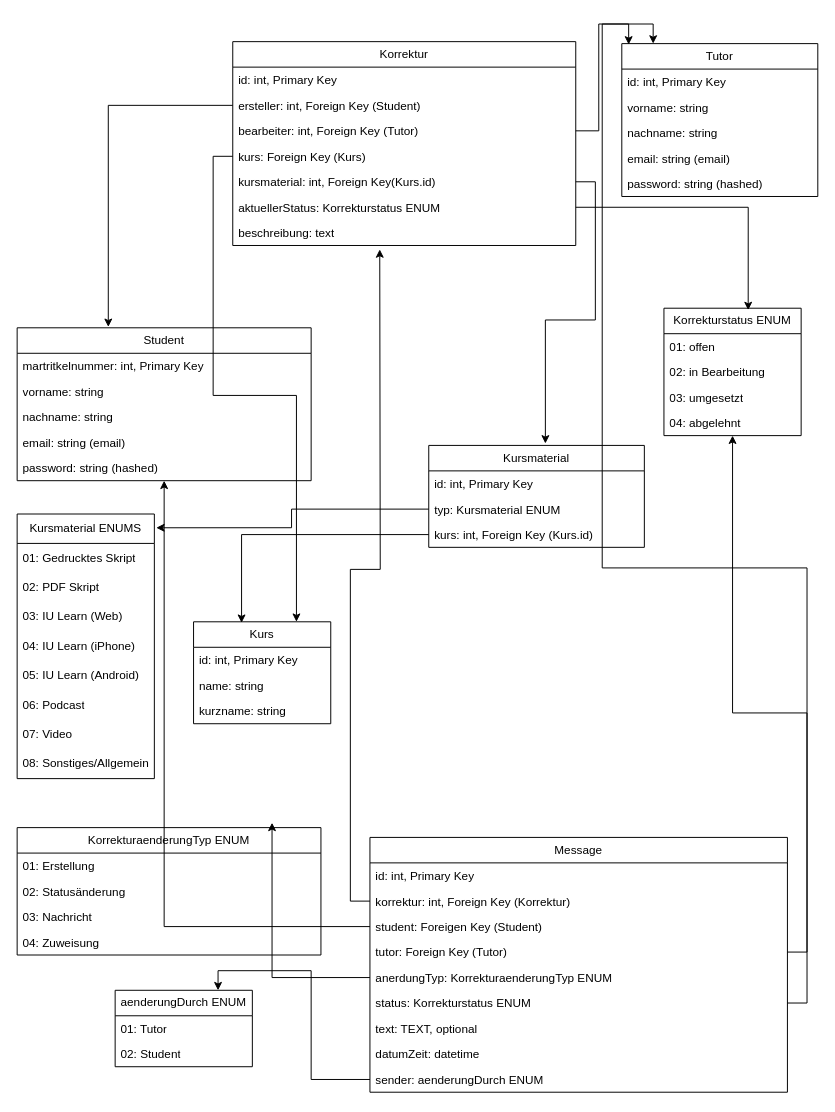
Before: Modell.drawio in markus-zschoch-iubh/projekt-software-engineering, a draw.io diagram. Source tidied: cells renumbered, new cells numbered last; positions are measured from the earlier drawing's top-left corner, leaving out a move shared by most shapes. Both pictures are drawn from the tidied source at 98%, with x=0, y=0 at pixel (17, 41).
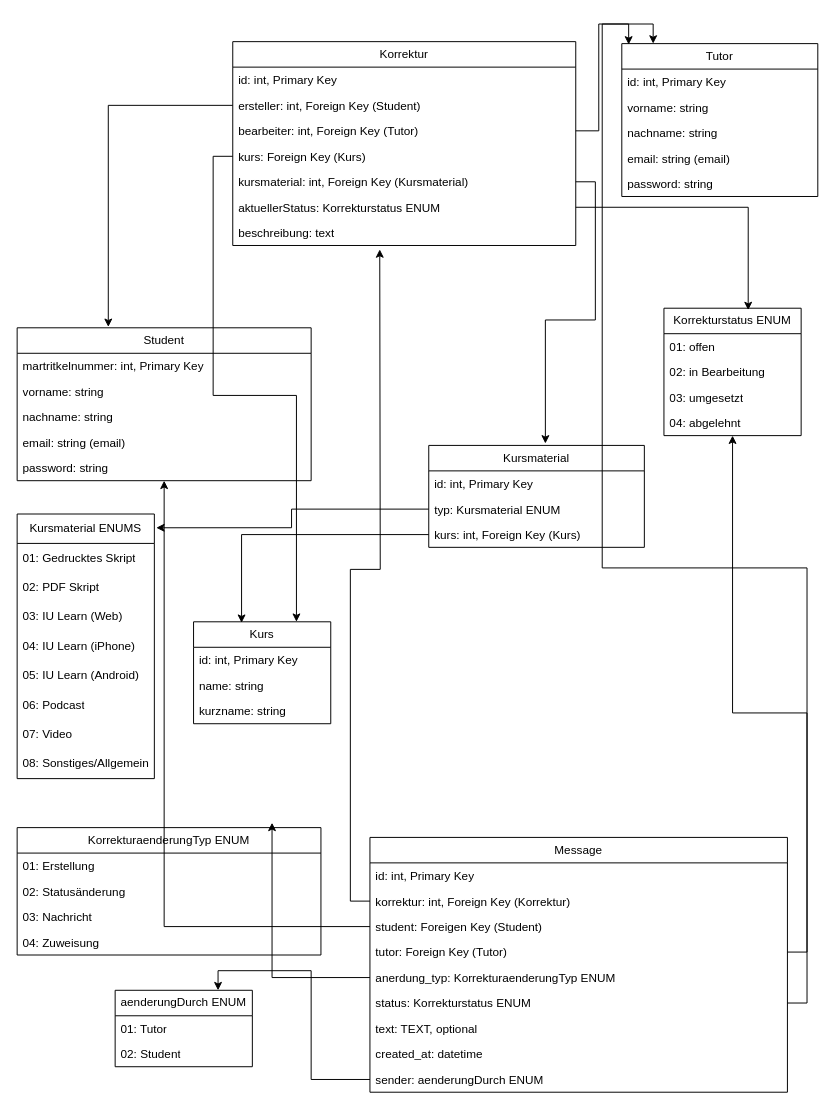
The same page after the edit.

Unchanged cells that the change refers to:
```xml
<mxCell id="2" value="Student" style="swimlane;fontStyle=0;horizontal=1;startSize=26;fillColor=none;whiteSpace=wrap;html=1;" parent="1" vertex="1">
  <mxGeometry y="292" width="300" height="156" as="geometry" />
</mxCell>
<mxCell id="8" value="Korrektur" style="swimlane;fontStyle=0;horizontal=1;startSize=26;fillColor=none;whiteSpace=wrap;html=1;" parent="1" vertex="1">
  <mxGeometry x="220" width="350" height="208" as="geometry" />
</mxCell>
<mxCell id="25" value="Tutor" style="swimlane;fontStyle=0;horizontal=1;startSize=26;fillColor=none;whiteSpace=wrap;html=1;" parent="1" vertex="1">
  <mxGeometry x="617" y="2" width="200" height="156" as="geometry" />
</mxCell>
<mxCell id="31" value="Kursmaterial" style="swimlane;fontStyle=0;horizontal=1;startSize=26;fillColor=none;whiteSpace=wrap;html=1;" parent="1" vertex="1">
  <mxGeometry x="420" y="412" width="220" height="104" as="geometry" />
</mxCell>
<mxCell id="51" value="Message" style="swimlane;fontStyle=0;horizontal=1;startSize=26;fillColor=none;whiteSpace=wrap;html=1;" parent="1" vertex="1">
  <mxGeometry x="360" y="812" width="426" height="260" as="geometry" />
</mxCell>
```

Change to the diagram source:
```diff
@@
-    <mxCell id="7" value="password: string (hashed)" style="text;strokeColor=none;fillColor=none;align=left;verticalAlign=top;spacingLeft=4;spacingRight=4;overflow=hidden;whiteSpace=wrap;html=1;" parent="2" vertex="1">
+    <mxCell id="7" value="password: string" style="text;strokeColor=none;fillColor=none;align=left;verticalAlign=top;spacingLeft=4;spacingRight=4;overflow=hidden;whiteSpace=wrap;html=1;" parent="2" vertex="1">
       <mxGeometry y="130" width="300" height="26" as="geometry" />
     </mxCell>
@@
-    <mxCell id="13" value="kursmaterial: int, Foreign Key(Kurs.id)" style="text;strokeColor=none;fillColor=none;align=left;verticalAlign=top;spacingLeft=4;spacingRight=4;overflow=hidden;points=[[0,0.5],[1,0.5]];portConstraint=eastwest;whiteSpace=wrap;html=1;" parent="8" vertex="1">
+    <mxCell id="13" value="kursmaterial: int, Foreign Key (Kursmaterial)" style="text;strokeColor=none;fillColor=none;align=left;verticalAlign=top;spacingLeft=4;spacingRight=4;overflow=hidden;points=[[0,0.5],[1,0.5]];portConstraint=eastwest;whiteSpace=wrap;html=1;" parent="8" vertex="1">
       <mxGeometry y="130" width="350" height="26" as="geometry" />
     </mxCell>
@@
-    <mxCell id="30" value="password: string (hashed)" style="text;strokeColor=none;fillColor=none;align=left;verticalAlign=top;spacingLeft=4;spacingRight=4;overflow=hidden;whiteSpace=wrap;html=1;" parent="25" vertex="1">
+    <mxCell id="30" value="password: string" style="text;strokeColor=none;fillColor=none;align=left;verticalAlign=top;spacingLeft=4;spacingRight=4;overflow=hidden;whiteSpace=wrap;html=1;" parent="25" vertex="1">
       <mxGeometry y="130" width="200" height="26" as="geometry" />
     </mxCell>
@@
-    <mxCell id="34" value="kurs: int, Foreign Key (Kurs.id)" style="text;strokeColor=none;fillColor=none;align=left;verticalAlign=top;spacingLeft=4;spacingRight=4;overflow=hidden;points=[[0,0.5],[1,0.5]];portConstraint=eastwest;whiteSpace=wrap;html=1;" parent="31" vertex="1">
+    <mxCell id="34" value="kurs: int, Foreign Key (Kurs)" style="text;strokeColor=none;fillColor=none;align=left;verticalAlign=top;spacingLeft=4;spacingRight=4;overflow=hidden;points=[[0,0.5],[1,0.5]];portConstraint=eastwest;whiteSpace=wrap;html=1;" parent="31" vertex="1">
       <mxGeometry y="78" width="220" height="26" as="geometry" />
     </mxCell>
@@
-    <mxCell id="56" value="anerdungTyp: KorrekturaenderungTyp ENUM" style="text;strokeColor=none;fillColor=none;align=left;verticalAlign=top;spacingLeft=4;spacingRight=4;overflow=hidden;points=[[0,0.5],[1,0.5]];portConstraint=eastwest;whiteSpace=wrap;html=1;" parent="51" vertex="1">
+    <mxCell id="56" value="anerdung_typ: KorrekturaenderungTyp ENUM" style="text;strokeColor=none;fillColor=none;align=left;verticalAlign=top;spacingLeft=4;spacingRight=4;overflow=hidden;points=[[0,0.5],[1,0.5]];portConstraint=eastwest;whiteSpace=wrap;html=1;" parent="51" vertex="1">
       <mxGeometry y="130" width="426" height="26" as="geometry" />
     </mxCell>
@@
-    <mxCell id="59" value="datumZeit: datetime" style="text;strokeColor=none;fillColor=none;align=left;verticalAlign=top;spacingLeft=4;spacingRight=4;overflow=hidden;whiteSpace=wrap;html=1;" parent="51" vertex="1">
+    <mxCell id="59" value="created_at: datetime" style="text;strokeColor=none;fillColor=none;align=left;verticalAlign=top;spacingLeft=4;spacingRight=4;overflow=hidden;whiteSpace=wrap;html=1;" parent="51" vertex="1">
       <mxGeometry y="208" width="426" height="26" as="geometry" />
     </mxCell>
```
